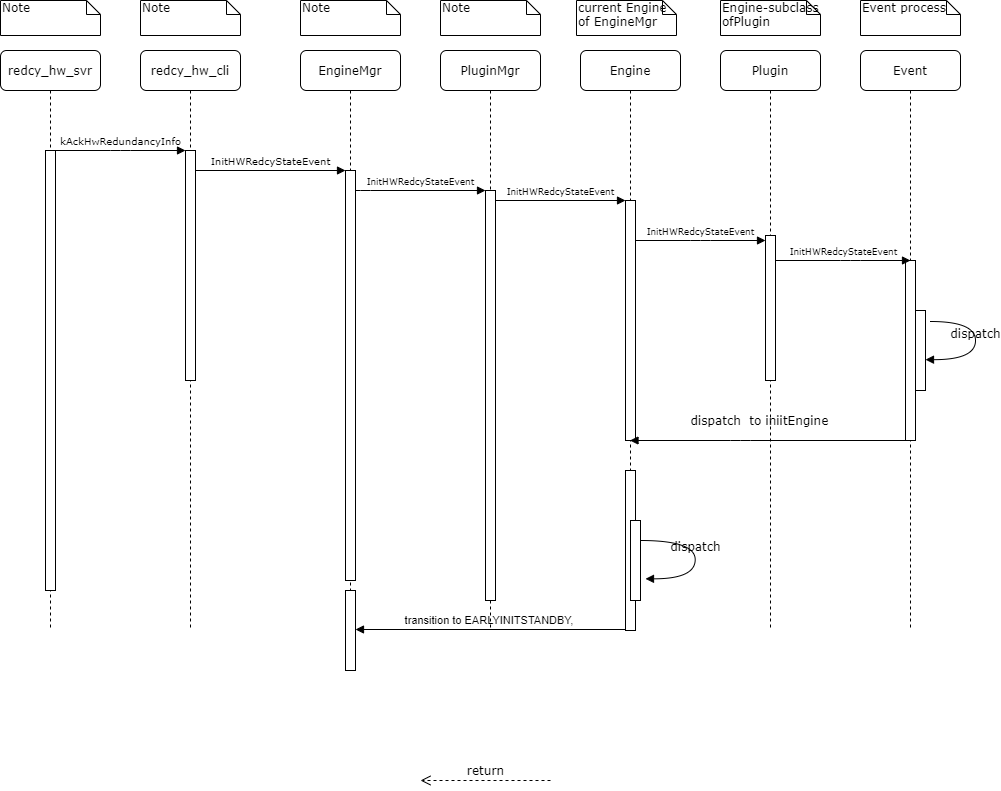
Steve888888/FN-Redundancy keeps this draw.io diagram as UML/StartRedundancy.png. Above is the earlier version. Source tidied: cells renumbered, new cells last; positions are measured from the earlier drawing's top-left corner, leaving out a move shared by most shapes.
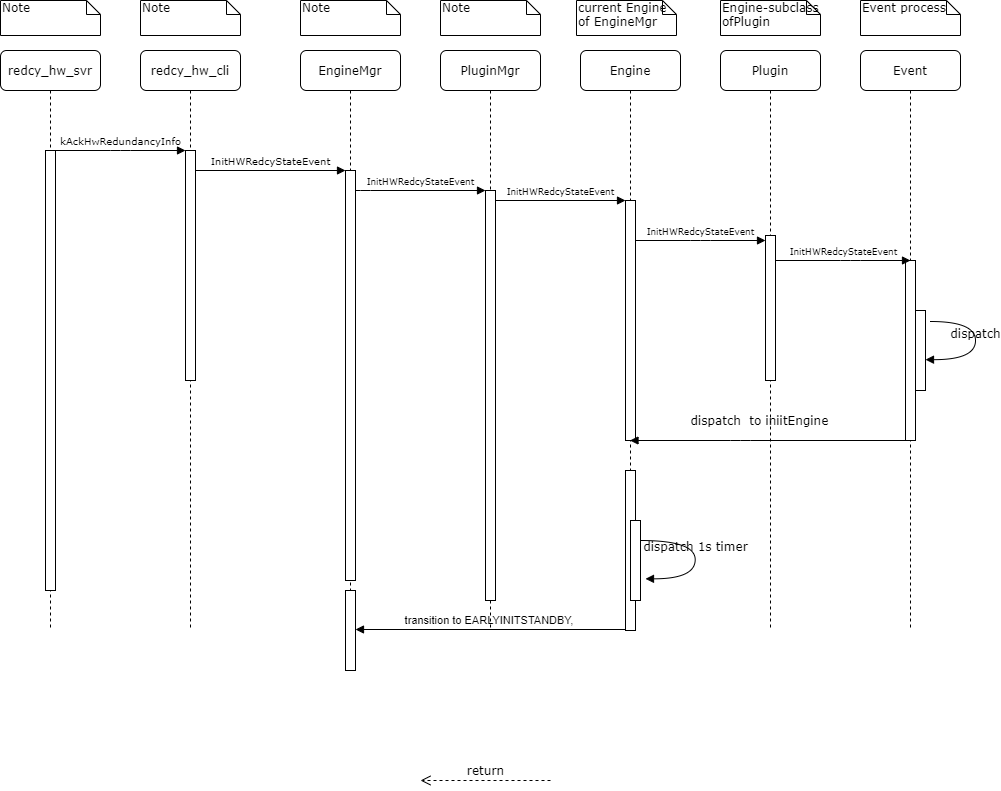
Above is the later version.

Diff of the diagram source:
```diff
@@ -136,7 +136,7 @@
         <mxPoint x="1" as="offset" />
       </mxGeometry>
     </mxCell>
-    <mxCell id="35" value="dispatch" style="html=1;verticalAlign=bottom;endArrow=block;labelBackgroundColor=none;fontFamily=Verdana;fontSize=12;elbow=vertical;edgeStyle=orthogonalEdgeStyle;curved=1;entryX=1;entryY=0.286;entryPerimeter=0;exitX=1.038;exitY=0.345;exitPerimeter=0;" parent="1" edge="1">
+    <mxCell id="35" value="dispatch 1s timer" style="html=1;verticalAlign=bottom;endArrow=block;labelBackgroundColor=none;fontFamily=Verdana;fontSize=12;elbow=vertical;edgeStyle=orthogonalEdgeStyle;curved=1;entryX=1;entryY=0.286;entryPerimeter=0;exitX=1.038;exitY=0.345;exitPerimeter=0;" parent="1" edge="1">
       <mxGeometry relative="1" as="geometry">
         <mxPoint x="640" y="540" as="sourcePoint" />
         <mxPoint x="645" y="578.3" as="targetPoint" />
```
